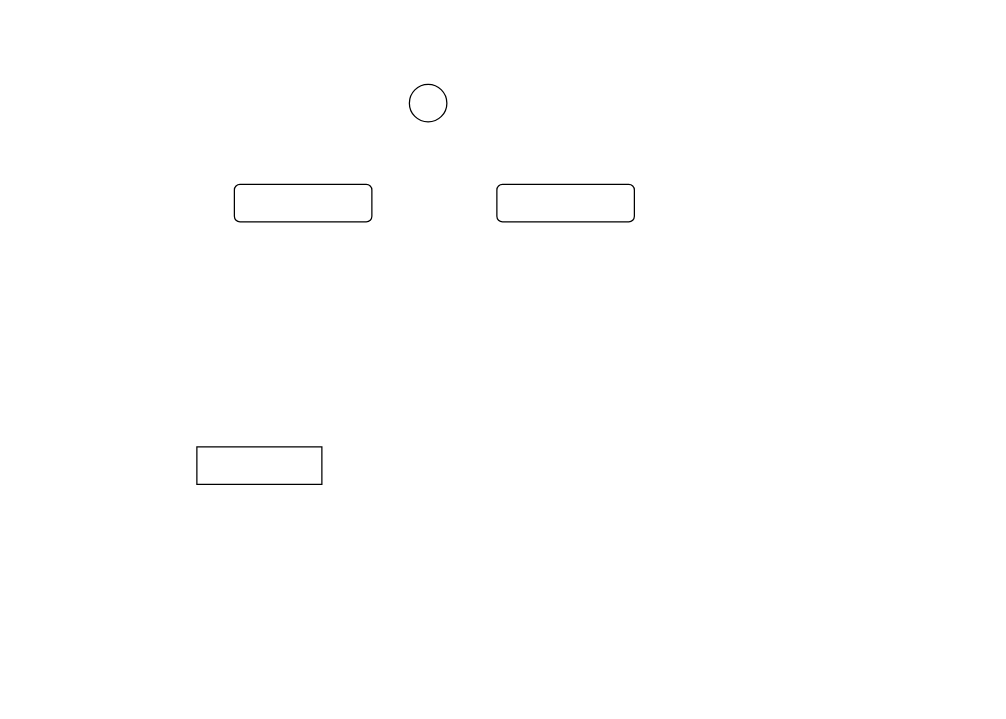
The draw.io diagram mysql_索引.drawio in bluefantasy2014/draw.io, before the edit. Source tidied: cells renumbered, new cells numbered last; positions are measured from the earlier drawing's top-left corner, leaving out a move shared by most shapes. Both pictures are drawn from the tidied source at 125%, with x=0, y=0 at pixel (196, 84).
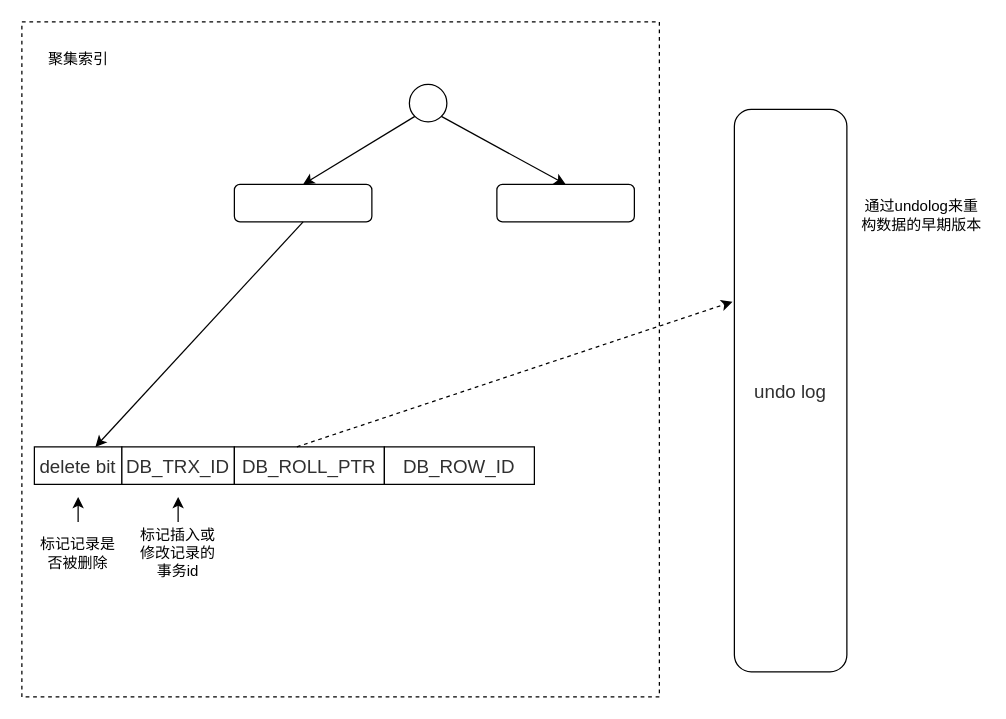
Above is the later version.

The change refers to these unchanged cells:
```xml
<mxCell id="3" style="ellipse;whiteSpace=wrap;html=1;" parent="1" vertex="1">
  <mxGeometry x="170" width="30" height="30" as="geometry" />
</mxCell>
<mxCell id="4" style="rounded=1;whiteSpace=wrap;html=1;" parent="1" vertex="1">
  <mxGeometry x="30" y="80" width="110" height="30" as="geometry" />
</mxCell>
<mxCell id="5" style="rounded=1;whiteSpace=wrap;html=1;" parent="1" vertex="1">
  <mxGeometry x="240" y="80" width="110" height="30" as="geometry" />
</mxCell>
```

Change to the diagram source:
```diff
@@
+    <mxCell id="6" style="rounded=0;whiteSpace=wrap;html=1;dashed=1;" parent="1" vertex="1">
+      <mxGeometry x="-140" y="-50" width="510" height="540" as="geometry" />
+    </mxCell>
-    <mxCell id="2" style="rounded=0;whiteSpace=wrap;html=1;" parent="1" vertex="1">
-      <mxGeometry y="290" width="100" height="30" as="geometry" />
+    <mxCell id="2" value="&lt;div style=&quot;text-align: left&quot;&gt;&lt;font color=&quot;#303030&quot; face=&quot;avenir, microsoft yahei, hiragino sans gb, microsoft sans serif, wenquanyi micro hei, sans-serif&quot;&gt;&lt;span style=&quot;font-size: 15px ; background-color: rgb(255 , 255 , 255)&quot;&gt;delete bit&lt;/span&gt;&lt;/font&gt;&lt;/div&gt;" style="rounded=0;whiteSpace=wrap;html=1;" parent="1" vertex="1">
+      <mxGeometry x="-130" y="290" width="70" height="30" as="geometry" />
     </mxCell>
@@
+    <mxCell id="7" style="endArrow=classic;html=1;exitX=0;exitY=1;exitDx=0;exitDy=0;entryX=0.5;entryY=0;entryDx=0;entryDy=0;" parent="1" edge="1" source="3" target="4">
+      <mxGeometry relative="1" as="geometry" />
+    </mxCell>
+    <mxCell id="8" style="endArrow=classic;html=1;exitX=1;exitY=1;exitDx=0;exitDy=0;entryX=0.5;entryY=0;entryDx=0;entryDy=0;" parent="1" edge="1" source="3" target="5">
+      <mxGeometry relative="1" as="geometry" />
+    </mxCell>
+    <mxCell id="9" style="endArrow=classic;html=1;exitX=0.5;exitY=1;exitDx=0;exitDy=0;" parent="1" edge="1" source="4" target="2">
+      <mxGeometry relative="1" as="geometry" />
+    </mxCell>
+    <mxCell id="10" style="edgeStyle=orthogonalEdgeStyle;rounded=0;jettySize=auto;html=1;exitX=0.5;exitY=0;exitDx=0;exitDy=0;" parent="1" edge="1" source="11">
+      <mxGeometry relative="1" as="geometry">
+        <mxPoint x="-95" y="330" as="targetPoint" />
+      </mxGeometry>
+    </mxCell>
+    <mxCell id="11" value="标记记录是否被删除" style="text;html=1;strokeColor=none;fillColor=none;align=center;verticalAlign=middle;whiteSpace=wrap;rounded=0;" parent="1" vertex="1">
+      <mxGeometry x="-130" y="350" width="70" height="50" as="geometry" />
+    </mxCell>
+    <mxCell id="12" value="&lt;div style=&quot;text-align: left&quot;&gt;&lt;span style=&quot;color: rgb(48 , 48 , 48) ; font-family: &amp;#34;avenir&amp;#34; , &amp;#34;microsoft yahei&amp;#34; , &amp;#34;hiragino sans gb&amp;#34; , &amp;#34;microsoft sans serif&amp;#34; , &amp;#34;wenquanyi micro hei&amp;#34; , sans-serif ; font-size: 15px ; background-color: rgb(255 , 255 , 255)&quot;&gt;DB_TRX_ID&lt;/span&gt;&lt;br&gt;&lt;/div&gt;" style="rounded=0;whiteSpace=wrap;html=1;" parent="1" vertex="1">
+      <mxGeometry x="-60" y="290" width="90" height="30" as="geometry" />
+    </mxCell>
+    <mxCell id="13" style="edgeStyle=orthogonalEdgeStyle;rounded=0;jettySize=auto;html=1;exitX=0.5;exitY=0;exitDx=0;exitDy=0;" parent="1" edge="1" source="14">
+      <mxGeometry relative="1" as="geometry">
+        <mxPoint x="-15" y="330" as="targetPoint" />
+      </mxGeometry>
+    </mxCell>
+    <mxCell id="14" value="标记插入或修改记录的事务id" style="text;html=1;strokeColor=none;fillColor=none;align=center;verticalAlign=middle;whiteSpace=wrap;rounded=0;" parent="1" vertex="1">
+      <mxGeometry x="-50" y="350" width="70" height="50" as="geometry" />
+    </mxCell>
+    <mxCell id="15" value="&lt;div style=&quot;text-align: left&quot;&gt;&lt;span style=&quot;color: rgb(48 , 48 , 48) ; font-family: &amp;#34;avenir&amp;#34; , &amp;#34;microsoft yahei&amp;#34; , &amp;#34;hiragino sans gb&amp;#34; , &amp;#34;microsoft sans serif&amp;#34; , &amp;#34;wenquanyi micro hei&amp;#34; , sans-serif ; font-size: 15px ; background-color: rgb(255 , 255 , 255)&quot;&gt;DB_ROLL_PTR&lt;/span&gt;&lt;br&gt;&lt;/div&gt;" style="rounded=0;whiteSpace=wrap;html=1;" parent="1" vertex="1">
+      <mxGeometry x="30" y="290" width="120" height="30" as="geometry" />
+    </mxCell>
+    <mxCell id="16" value="&lt;span style=&quot;color: rgb(48 , 48 , 48) ; font-family: &amp;#34;avenir&amp;#34; , &amp;#34;microsoft yahei&amp;#34; , &amp;#34;hiragino sans gb&amp;#34; , &amp;#34;microsoft sans serif&amp;#34; , &amp;#34;wenquanyi micro hei&amp;#34; , sans-serif ; font-size: 15px ; text-align: left ; white-space: normal ; background-color: rgb(255 , 255 , 255)&quot;&gt;undo log&lt;/span&gt;" style="rounded=1;whiteSpace=wrap;html=1;" parent="1" vertex="1">
+      <mxGeometry x="430" y="20" width="90" height="450" as="geometry" />
+    </mxCell>
+    <mxCell id="17" style="endArrow=classic;html=1;entryX=-0.017;entryY=0.342;entryDx=0;entryDy=0;entryPerimeter=0;dashed=1;" parent="1" edge="1" target="16">
+      <mxGeometry relative="1" as="geometry">
+        <mxPoint x="80" y="290" as="sourcePoint" />
+      </mxGeometry>
+    </mxCell>
+    <mxCell id="18" value="&lt;div style=&quot;text-align: left&quot;&gt;&lt;span style=&quot;color: rgb(48 , 48 , 48) ; font-family: &amp;#34;avenir&amp;#34; , &amp;#34;microsoft yahei&amp;#34; , &amp;#34;hiragino sans gb&amp;#34; , &amp;#34;microsoft sans serif&amp;#34; , &amp;#34;wenquanyi micro hei&amp;#34; , sans-serif ; font-size: 15px ; background-color: rgb(255 , 255 , 255)&quot;&gt;DB_ROW_ID&lt;/span&gt;&lt;br&gt;&lt;/div&gt;" style="rounded=0;whiteSpace=wrap;html=1;" parent="1" vertex="1">
+      <mxGeometry x="150" y="290" width="120" height="30" as="geometry" />
+    </mxCell>
+    <mxCell id="19" value="通过undolog来重构数据的早期版本" style="text;html=1;strokeColor=none;fillColor=none;align=center;verticalAlign=middle;whiteSpace=wrap;rounded=0;" parent="1" vertex="1">
+      <mxGeometry x="530" y="80" width="100" height="50" as="geometry" />
+    </mxCell>
+    <mxCell id="20" value="聚集索引" style="text;html=1;strokeColor=none;fillColor=none;align=center;verticalAlign=middle;whiteSpace=wrap;rounded=0;dashed=1;" parent="1" vertex="1">
+      <mxGeometry x="-122.5" y="-30" width="55" height="20" as="geometry" />
+    </mxCell>
```
